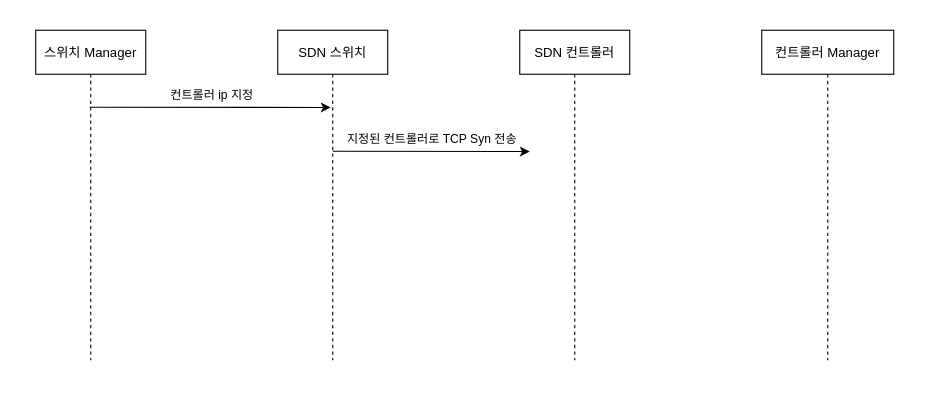
This is ONOS OpenFlow initial.drawio from gameLoading/blank__-, a draw.io file, before an edit. Source tidied: cells renumbered, new cells numbered last; positions are measured from the earlier drawing's top-left corner, leaving out a move shared by most shapes. Both pictures are drawn from the tidied source at 110%, with x=0, y=0 at pixel (35, 30).
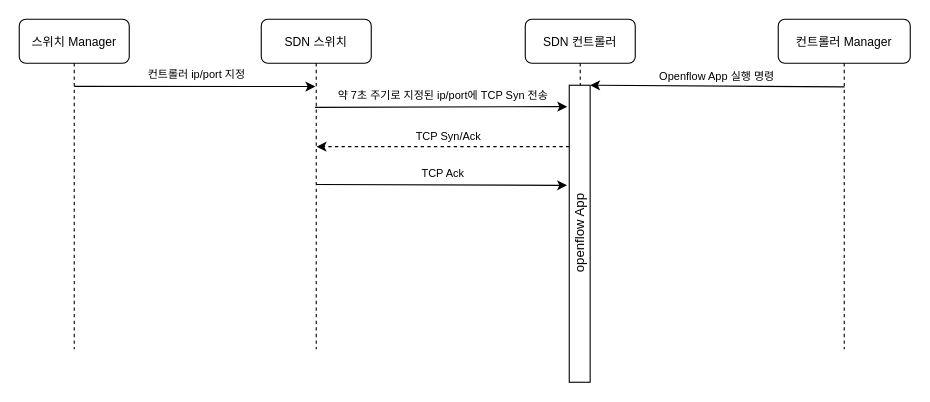
The same page after the edit.

The edit, as a diff of the source:
```diff
@@
 <mxGraphModel>
   <root>
     <mxCell id="0" />
     <mxCell id="1" parent="0" />
-    <mxCell id="2" value="스위치 Manager" style="shape=umlLifeline;perimeter=lifelinePerimeter;rounded=0;shadow=0;strokeWidth=1;" parent="1" vertex="1">
-      <mxGeometry width="100" height="300" as="geometry" />
+    <mxCell id="2" value="스위치 Manager" style="shape=umlLifeline;perimeter=lifelinePerimeter;shadow=0;strokeWidth=1;rounded=1;fontSize=11;" parent="1" vertex="1">
+      <mxGeometry x="-15" y="-10" width="100" height="300" as="geometry" />
     </mxCell>
-    <mxCell id="3" value="SDN 스위치" style="shape=umlLifeline;perimeter=lifelinePerimeter;rounded=0;shadow=0;strokeWidth=1;" parent="1" vertex="1">
-      <mxGeometry x="220" width="100" height="300" as="geometry" />
+    <mxCell id="3" value="SDN 스위치" style="shape=umlLifeline;perimeter=lifelinePerimeter;shadow=0;strokeWidth=1;rounded=1;fontSize=11;" parent="1" vertex="1">
+      <mxGeometry x="205" y="-10" width="100" height="300" as="geometry" />
     </mxCell>
-    <mxCell id="4" value="SDN 컨트롤러" style="shape=umlLifeline;perimeter=lifelinePerimeter;rounded=0;shadow=0;strokeWidth=1;" parent="1" vertex="1">
-      <mxGeometry x="440" width="100" height="300" as="geometry" />
+    <mxCell id="4" value="SDN 컨트롤러" style="shape=umlLifeline;perimeter=lifelinePerimeter;shadow=0;strokeWidth=1;rounded=1;fontSize=11;" parent="1" vertex="1">
+      <mxGeometry x="445" y="-10" width="100" height="300" as="geometry" />
     </mxCell>
-    <mxCell id="5" value="컨트롤러 Manager" style="shape=umlLifeline;perimeter=lifelinePerimeter;rounded=0;shadow=0;strokeWidth=1;" parent="1" vertex="1">
-      <mxGeometry x="660" width="120" height="300" as="geometry" />
+    <mxCell id="5" value="컨트롤러 Manager" style="shape=umlLifeline;perimeter=lifelinePerimeter;shadow=0;strokeWidth=1;rounded=1;fontSize=11;" parent="1" vertex="1">
+      <mxGeometry x="675" y="-10" width="120" height="300" as="geometry" />
     </mxCell>
-    <mxCell id="6" value="컨트롤러 ip 지정" style="endArrow=classic;html=1;entryX=0.482;entryY=0.234;entryDx=0;entryDy=0;entryPerimeter=0;shadow=0;sketch=0;" parent="1" edge="1" target="3">
+    <mxCell id="6" value="컨트롤러 ip/port 지정" style="endArrow=classic;html=1;entryX=0.482;entryY=0.234;entryDx=0;entryDy=0;entryPerimeter=0;shadow=0;curved=1;fontSize=10;" parent="1" edge="1">
       <mxGeometry x="0.01" y="11" relative="1" as="geometry">
-        <mxPoint x="49" y="70" as="sourcePoint" />
+        <mxPoint x="35" y="51" as="sourcePoint" />
+        <mxPoint x="254.2" y="51.2" as="targetPoint" />
       </mxGeometry>
     </mxCell>
-    <mxCell id="7" value="지정된 컨트롤러로 TCP Syn 전송" style="endArrow=classic;html=1;exitX=0.5;exitY=0.3;exitDx=0;exitDy=0;exitPerimeter=0;entryX=0.491;entryY=0.301;entryDx=0;entryDy=0;entryPerimeter=0;" parent="1" edge="1">
-      <mxGeometry x="0.01" y="11" relative="1" as="geometry">
-        <mxPoint x="270" y="110" as="sourcePoint" />
-        <mxPoint x="449.1" y="110.3" as="targetPoint" />
-      </mxGeometry>
+    <mxCell id="7" value="약 7초 주기로 지정된 ip/port에 TCP Syn 전송" style="endArrow=classic;html=1;curved=1;entryX=-0.097;entryY=0.072;entryDx=0;entryDy=0;entryPerimeter=0;fontSize=10;exitX=0.489;exitY=0.267;exitDx=0;exitDy=0;exitPerimeter=0;" parent="1" edge="1" source="3" target="8">
+      <mxGeometry x="0.01" y="11" relative="1" as="geometry" />
     </mxCell>
+    <mxCell id="8" value="openflow App" style="whiteSpace=wrap;html=1;rounded=0;glass=0;horizontal=0;align=center;arcSize=24;" parent="1" vertex="1">
+      <mxGeometry x="485" y="50" width="19" height="270" as="geometry" />
+    </mxCell>
+    <mxCell id="9" value="Openflow App 실행 명령" style="endArrow=classic;html=1;exitX=0.502;exitY=0.205;exitDx=0;exitDy=0;exitPerimeter=0;curved=1;entryX=1;entryY=0;entryDx=0;entryDy=0;fontSize=10;" parent="1" edge="1" source="5" target="8">
+      <mxGeometry y="-9" relative="1" as="geometry" />
+    </mxCell>
+    <mxCell id="10" value="TCP Syn/Ack" style="endArrow=classic;html=1;dashed=1;exitX=0;exitY=0.75;exitDx=0;exitDy=0;fontSize=10;" parent="1" edge="1">
+      <mxGeometry x="-0.04" y="-10" relative="1" as="geometry">
+        <mxPoint x="485" y="105.8" as="sourcePoint" />
+        <mxPoint x="255.3" y="105.8" as="targetPoint" />
+      </mxGeometry>
+    </mxCell>
+    <mxCell id="11" value="TCP Ack" style="endArrow=classic;html=1;curved=1;fontSize=10;" parent="1" edge="1">
+      <mxGeometry x="0.01" y="11" relative="1" as="geometry">
+        <mxPoint x="255" y="140.2" as="sourcePoint" />
+        <mxPoint x="483" y="141" as="targetPoint" />
+      </mxGeometry>
+    </mxCell>
   </root>
 </mxGraphModel>
```
